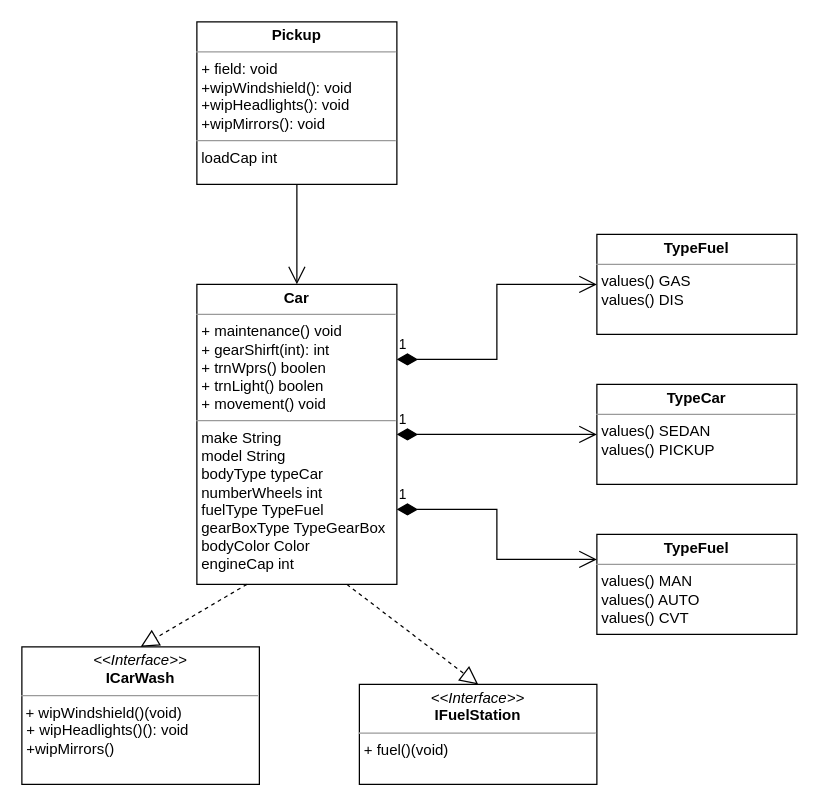
Before: Диаграмма без названия.drawio in Abadd0n-dev/Arch2623, a draw.io diagram. Source tidied: cells renumbered, new cells numbered last; positions are measured from the earlier drawing's top-left corner, leaving out a move shared by most shapes. Both pictures are drawn from the tidied source at 125%, with x=0, y=0 at pixel (21, 21).
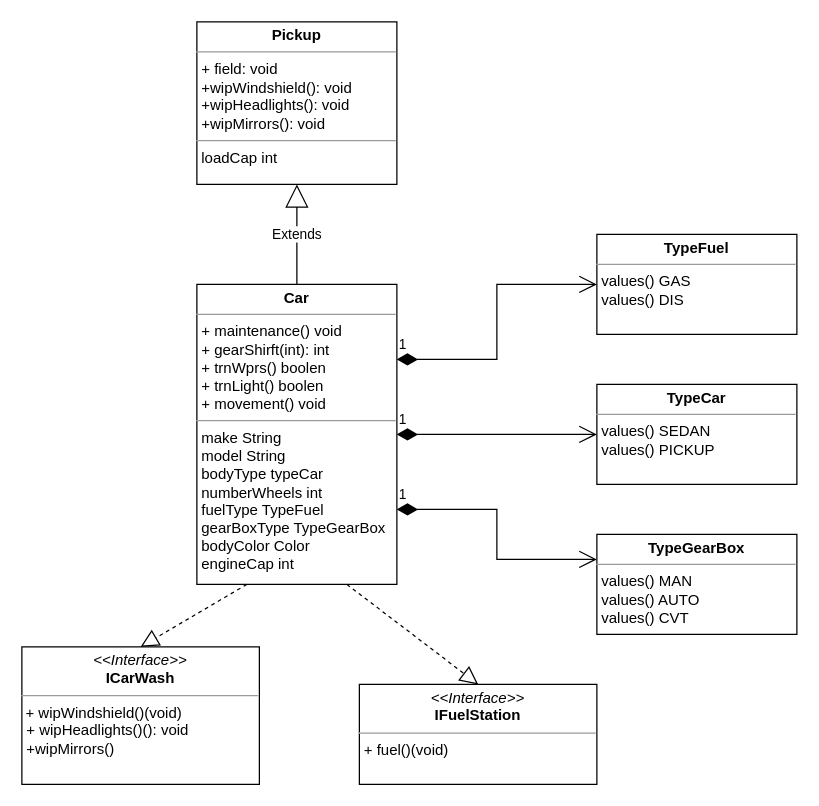
After the change.

Change to the diagram source:
```diff
@@
 <mxGraphModel>
   <root>
     <mxCell id="0" />
     <mxCell id="1" parent="0" />
     <mxCell id="2" value="&lt;p style=&quot;margin:0px;margin-top:4px;text-align:center;&quot;&gt;&lt;i&gt;&amp;lt;&amp;lt;Interface&amp;gt;&amp;gt;&lt;/i&gt;&lt;br&gt;&lt;b&gt;ICarWash&lt;/b&gt;&lt;/p&gt;&lt;hr size=&quot;1&quot;&gt;&lt;div&gt;&amp;nbsp;+ wipWindshield()(void)&lt;/div&gt;&lt;p style=&quot;margin:0px;margin-left:4px;&quot;&gt;+ wipHeadlights()(): void&lt;/p&gt;&lt;p style=&quot;margin:0px;margin-left:4px;&quot;&gt;+wipMirrors()&lt;br&gt;&lt;/p&gt;" style="verticalAlign=top;align=left;overflow=fill;fontSize=12;fontFamily=Helvetica;html=1;whiteSpace=wrap;" parent="1" vertex="1">
       <mxGeometry y="500" width="190" height="110" as="geometry" />
     </mxCell>
     <mxCell id="3" value="&lt;p style=&quot;margin:0px;margin-top:4px;text-align:center;&quot;&gt;&lt;i&gt;&amp;lt;&amp;lt;Interface&amp;gt;&amp;gt;&lt;/i&gt;&lt;br&gt;&lt;b&gt;IFuelStation&lt;/b&gt;&lt;/p&gt;&lt;hr size=&quot;1&quot;&gt;&lt;p style=&quot;margin:0px;margin-left:4px;&quot;&gt;+ fuel()(void)&lt;br&gt;&lt;/p&gt;" style="verticalAlign=top;align=left;overflow=fill;fontSize=12;fontFamily=Helvetica;html=1;whiteSpace=wrap;" parent="1" vertex="1">
       <mxGeometry x="270" y="530" width="190" height="80" as="geometry" />
     </mxCell>
     <mxCell id="4" value="&lt;p style=&quot;margin:0px;margin-top:4px;text-align:center;&quot;&gt;&lt;b&gt;Pickup&lt;/b&gt;&lt;/p&gt;&lt;hr size=&quot;1&quot;&gt;&lt;p style=&quot;margin:0px;margin-left:4px;&quot;&gt;+ field: void&lt;/p&gt;&lt;p style=&quot;margin:0px;margin-left:4px;&quot;&gt;+wipWindshield(): void&lt;/p&gt;&lt;p style=&quot;margin:0px;margin-left:4px;&quot;&gt;+wipHeadlights(): void&lt;/p&gt;&lt;p style=&quot;margin:0px;margin-left:4px;&quot;&gt;+wipMirrors(): void&lt;br&gt;&lt;/p&gt;&lt;hr size=&quot;1&quot;&gt;&lt;p style=&quot;margin:0px;margin-left:4px;&quot;&gt;loadCap int&lt;br&gt;&lt;/p&gt;" style="verticalAlign=top;align=left;overflow=fill;fontSize=12;fontFamily=Helvetica;html=1;whiteSpace=wrap;" parent="1" vertex="1">
       <mxGeometry x="140" width="160" height="130" as="geometry" />
     </mxCell>
     <mxCell id="5" value="&lt;p style=&quot;margin:0px;margin-top:4px;text-align:center;&quot;&gt;&lt;b&gt;TypeFuel&lt;/b&gt;&lt;br&gt;&lt;/p&gt;&lt;hr size=&quot;1&quot;&gt;&lt;p style=&quot;margin:0px;margin-left:4px;&quot;&gt;values() GAS&lt;/p&gt;&lt;p style=&quot;margin:0px;margin-left:4px;&quot;&gt;values() DIS&lt;br&gt;&lt;/p&gt;" style="verticalAlign=top;align=left;overflow=fill;fontSize=12;fontFamily=Helvetica;html=1;whiteSpace=wrap;" parent="1" vertex="1">
       <mxGeometry x="460" y="170" width="160" height="80" as="geometry" />
     </mxCell>
     <mxCell id="6" value="&lt;p style=&quot;margin:0px;margin-top:4px;text-align:center;&quot;&gt;&lt;b&gt;TypeCar&lt;/b&gt;&lt;br&gt;&lt;/p&gt;&lt;hr size=&quot;1&quot;&gt;&lt;p style=&quot;margin:0px;margin-left:4px;&quot;&gt;values() SEDAN&lt;/p&gt;&lt;p style=&quot;margin:0px;margin-left:4px;&quot;&gt;values() PICKUP&lt;br&gt;&lt;/p&gt;" style="verticalAlign=top;align=left;overflow=fill;fontSize=12;fontFamily=Helvetica;html=1;whiteSpace=wrap;" parent="1" vertex="1">
       <mxGeometry x="460" y="290" width="160" height="80" as="geometry" />
     </mxCell>
-    <mxCell id="7" value="&lt;p style=&quot;margin:0px;margin-top:4px;text-align:center;&quot;&gt;&lt;b&gt;TypeFuel&lt;/b&gt;&lt;br&gt;&lt;/p&gt;&lt;hr size=&quot;1&quot;&gt;&lt;p style=&quot;margin:0px;margin-left:4px;&quot;&gt;values() MAN&lt;/p&gt;&lt;p style=&quot;margin:0px;margin-left:4px;&quot;&gt;values() AUTO&lt;/p&gt;&lt;p style=&quot;margin:0px;margin-left:4px;&quot;&gt;values() CVT&lt;br&gt;&lt;/p&gt;" style="verticalAlign=top;align=left;overflow=fill;fontSize=12;fontFamily=Helvetica;html=1;whiteSpace=wrap;" parent="1" vertex="1">
+    <mxCell id="7" value="&lt;p style=&quot;margin:0px;margin-top:4px;text-align:center;&quot;&gt;&lt;b&gt;TypeGearBox&lt;/b&gt;&lt;br&gt;&lt;/p&gt;&lt;hr size=&quot;1&quot;&gt;&lt;p style=&quot;margin:0px;margin-left:4px;&quot;&gt;values() MAN&lt;/p&gt;&lt;p style=&quot;margin:0px;margin-left:4px;&quot;&gt;values() AUTO&lt;/p&gt;&lt;p style=&quot;margin:0px;margin-left:4px;&quot;&gt;values() CVT&lt;br&gt;&lt;/p&gt;" style="verticalAlign=top;align=left;overflow=fill;fontSize=12;fontFamily=Helvetica;html=1;whiteSpace=wrap;" parent="1" vertex="1">
       <mxGeometry x="460" y="410" width="160" height="80" as="geometry" />
     </mxCell>
     <mxCell id="8" value="&lt;p style=&quot;margin:0px;margin-top:4px;text-align:center;&quot;&gt;&lt;b&gt;Car&lt;/b&gt;&lt;br&gt;&lt;/p&gt;&lt;hr size=&quot;1&quot;&gt;&lt;p style=&quot;margin:0px;margin-left:4px;&quot;&gt;+ maintenance() void&lt;br&gt;&lt;/p&gt;&lt;p style=&quot;margin:0px;margin-left:4px;&quot;&gt;+ gearShirft(int): int&lt;br&gt;&lt;/p&gt;&lt;p style=&quot;margin:0px;margin-left:4px;&quot;&gt;+ trnWprs() boolen&lt;/p&gt;&lt;p style=&quot;margin:0px;margin-left:4px;&quot;&gt;+ trnLight() boolen&lt;br&gt;&lt;/p&gt;&lt;p style=&quot;margin:0px;margin-left:4px;&quot;&gt;+ movement() void&lt;br&gt;&lt;/p&gt;&lt;hr size=&quot;1&quot;&gt;&lt;p style=&quot;margin:0px;margin-left:4px;&quot;&gt;make String&lt;/p&gt;&lt;p style=&quot;margin:0px;margin-left:4px;&quot;&gt;model String&lt;/p&gt;&lt;p style=&quot;margin:0px;margin-left:4px;&quot;&gt;bodyType typeCar&lt;/p&gt;&lt;p style=&quot;margin:0px;margin-left:4px;&quot;&gt;numberWheels int&lt;/p&gt;&lt;p style=&quot;margin:0px;margin-left:4px;&quot;&gt;fuelType TypeFuel&lt;/p&gt;&lt;p style=&quot;margin:0px;margin-left:4px;&quot;&gt;gearBoxType TypeGearBox&lt;/p&gt;&lt;p style=&quot;margin:0px;margin-left:4px;&quot;&gt;bodyColor Color&lt;/p&gt;&lt;p style=&quot;margin:0px;margin-left:4px;&quot;&gt;engineCap int&lt;br&gt;&lt;/p&gt;&lt;p style=&quot;margin:0px;margin-left:4px;&quot;&gt;&lt;br&gt;&lt;/p&gt;" style="verticalAlign=top;align=left;overflow=fill;fontSize=12;fontFamily=Helvetica;html=1;whiteSpace=wrap;" parent="1" vertex="1">
       <mxGeometry x="140" y="210" width="160" height="240" as="geometry" />
     </mxCell>
     <mxCell id="9" value="1" style="endArrow=open;html=1;endSize=12;startArrow=diamondThin;startSize=14;startFill=1;edgeStyle=orthogonalEdgeStyle;align=left;verticalAlign=bottom;rounded=0;entryX=0;entryY=0.25;entryDx=0;entryDy=0;exitX=1;exitY=0.75;exitDx=0;exitDy=0;" parent="1" edge="1" source="8" target="7">
       <mxGeometry x="-1" y="3" relative="1" as="geometry" />
     </mxCell>
     <mxCell id="10" value="1" style="endArrow=open;html=1;endSize=12;startArrow=diamondThin;startSize=14;startFill=1;edgeStyle=orthogonalEdgeStyle;align=left;verticalAlign=bottom;rounded=0;entryX=0;entryY=0.5;entryDx=0;entryDy=0;exitX=1;exitY=0.5;exitDx=0;exitDy=0;" parent="1" edge="1" source="8" target="6">
       <mxGeometry x="-1" y="3" relative="1" as="geometry" />
     </mxCell>
     <mxCell id="11" value="1" style="endArrow=open;html=1;endSize=12;startArrow=diamondThin;startSize=14;startFill=1;edgeStyle=orthogonalEdgeStyle;align=left;verticalAlign=bottom;rounded=0;exitX=1;exitY=0.25;exitDx=0;exitDy=0;entryX=0;entryY=0.5;entryDx=0;entryDy=0;" parent="1" edge="1" source="8" target="5">
       <mxGeometry x="-1" y="3" relative="1" as="geometry" />
     </mxCell>
-    <mxCell id="12" style="endArrow=open;endFill=1;endSize=12;html=1;rounded=0;exitX=0.5;exitY=1;exitDx=0;exitDy=0;entryX=0.5;entryY=0;entryDx=0;entryDy=0;" parent="1" edge="1" source="4" target="8">
-      <mxGeometry relative="1" as="geometry" />
-    </mxCell>
     <mxCell id="13" style="endArrow=block;dashed=1;endFill=0;endSize=12;html=1;rounded=0;exitX=0.75;exitY=1;exitDx=0;exitDy=0;entryX=0.5;entryY=0;entryDx=0;entryDy=0;" parent="1" edge="1" source="8" target="3">
       <mxGeometry relative="1" as="geometry" />
     </mxCell>
     <mxCell id="14" style="endArrow=block;dashed=1;endFill=0;endSize=12;html=1;rounded=0;exitX=0.25;exitY=1;exitDx=0;exitDy=0;entryX=0.5;entryY=0;entryDx=0;entryDy=0;" parent="1" edge="1" source="8" target="2">
       <mxGeometry relative="1" as="geometry" />
     </mxCell>
+    <mxCell id="15" value="Extends" style="endArrow=block;endSize=16;endFill=0;html=1;rounded=0;exitX=0.5;exitY=0;exitDx=0;exitDy=0;entryX=0.5;entryY=1;entryDx=0;entryDy=0;" parent="1" edge="1" source="8" target="4">
+      <mxGeometry relative="1" as="geometry" />
+    </mxCell>
   </root>
 </mxGraphModel>
```
